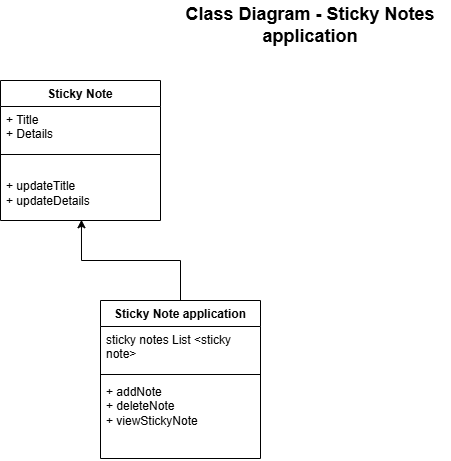
This is class_diagram.png from charnemunjee/sticky_notes, a draw.io export, as it was before one commit. Source tidied: cells renumbered, new cells last; positions are measured from the earlier drawing's top-left corner, leaving out a move shared by most shapes.
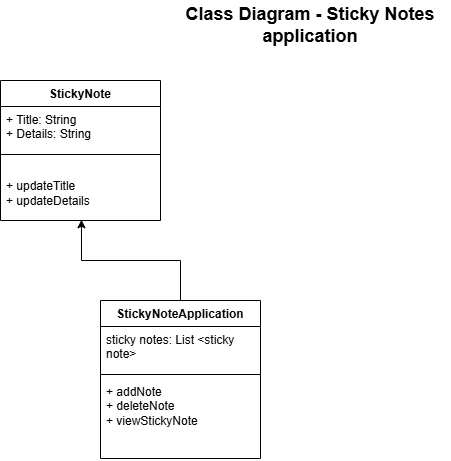
After the change.

Change to the diagram source:
```diff
@@ -2,10 +2,10 @@
   <root>
     <mxCell id="0" />
     <mxCell id="1" parent="0" />
-    <mxCell id="2" value="Sticky Note" style="swimlane;fontStyle=1;align=center;verticalAlign=top;horizontal=1;startSize=26;whiteSpace=wrap;html=1;" parent="1" vertex="1">
+    <mxCell id="2" value="StickyNote" style="swimlane;fontStyle=1;align=center;verticalAlign=top;horizontal=1;startSize=26;whiteSpace=wrap;html=1;" parent="1" vertex="1">
       <mxGeometry y="80" width="160" height="140" as="geometry" />
     </mxCell>
-    <mxCell id="3" value="+ Title&lt;div&gt;+ Details&lt;/div&gt;" style="text;strokeColor=none;fillColor=none;align=left;verticalAlign=top;spacingLeft=4;spacingRight=4;overflow=hidden;whiteSpace=wrap;html=1;" parent="2" vertex="1">
+    <mxCell id="3" value="+ Title: String&lt;div&gt;+ Details: String&lt;/div&gt;" style="text;strokeColor=none;fillColor=none;align=left;verticalAlign=top;spacingLeft=4;spacingRight=4;overflow=hidden;whiteSpace=wrap;html=1;" parent="2" vertex="1">
       <mxGeometry y="26" width="160" height="44" as="geometry" />
     </mxCell>
     <mxCell id="4" style="line;strokeWidth=1;fillColor=none;align=left;verticalAlign=middle;spacingTop=-1;spacingLeft=3;spacingRight=3;labelPosition=right;strokeColor=inherit;" parent="2" vertex="1">
@@ -14,10 +14,10 @@
     <mxCell id="5" value="&lt;br&gt;&lt;div&gt;+ updateTitle&lt;/div&gt;&lt;div&gt;+ updateDetails&lt;br&gt;&lt;div&gt;&lt;br&gt;&lt;/div&gt;&lt;/div&gt;" style="text;strokeColor=none;fillColor=none;align=left;verticalAlign=top;spacingLeft=4;spacingRight=4;overflow=hidden;points=[[0,0.5],[1,0.5]];portConstraint=eastwest;whiteSpace=wrap;html=1;" parent="2" vertex="1">
       <mxGeometry y="78" width="160" height="62" as="geometry" />
     </mxCell>
-    <mxCell id="6" value="Sticky Note application" style="swimlane;fontStyle=1;align=center;verticalAlign=top;horizontal=1;startSize=26;whiteSpace=wrap;html=1;" parent="1" vertex="1">
+    <mxCell id="6" value="StickyNoteApplication" style="swimlane;fontStyle=1;align=center;verticalAlign=top;horizontal=1;startSize=26;whiteSpace=wrap;html=1;" parent="1" vertex="1">
       <mxGeometry x="100" y="300" width="160" height="158" as="geometry" />
     </mxCell>
-    <mxCell id="7" value="sticky notes List &amp;lt;sticky note&amp;gt;" style="text;strokeColor=none;fillColor=none;align=left;verticalAlign=top;spacingLeft=4;spacingRight=4;overflow=hidden;whiteSpace=wrap;html=1;" parent="6" vertex="1">
+    <mxCell id="7" value="sticky notes: List &amp;lt;sticky note&amp;gt;" style="text;strokeColor=none;fillColor=none;align=left;verticalAlign=top;spacingLeft=4;spacingRight=4;overflow=hidden;whiteSpace=wrap;html=1;" parent="6" vertex="1">
       <mxGeometry y="26" width="160" height="44" as="geometry" />
     </mxCell>
     <mxCell id="8" style="line;strokeWidth=1;fillColor=none;align=left;verticalAlign=middle;spacingTop=-1;spacingLeft=3;spacingRight=3;labelPosition=right;strokeColor=inherit;" parent="6" vertex="1">
```
